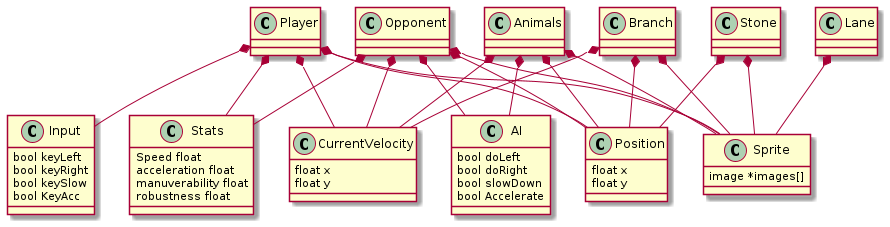
This is Entity-Component-Systems.txt.png from Team-13-RLC/umlClassDiagram, a PlantUML export, as it was before one commit.
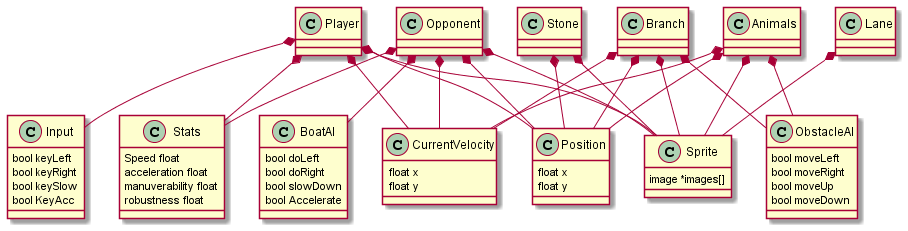
After the commit.

What changed in the source:
```diff
@@ -10,15 +10,24 @@
 	manuverability float
 	robustness float
 }
-class AI{
+class BoatAI{
 	bool doLeft
 	bool doRight
 	bool slowDown
 	bool Accelerate
 }
+
+class ObstacleAI{
+	bool moveLeft
+	bool moveRight
+	bool moveUp
+	bool moveDown
+}
+
 class Sprite{
 	image *images[]
 }
+
 class CurrentVelocity{
 	float x
 	float y
@@ -53,9 +62,10 @@
 
 Player *-- Input
 
-Opponent *-- AI
-Animals *-- AI
+Opponent *-- BoatAI
 
+Animals *-- ObstacleAI
+Branch *-- ObstacleAI
 
 
 
```
